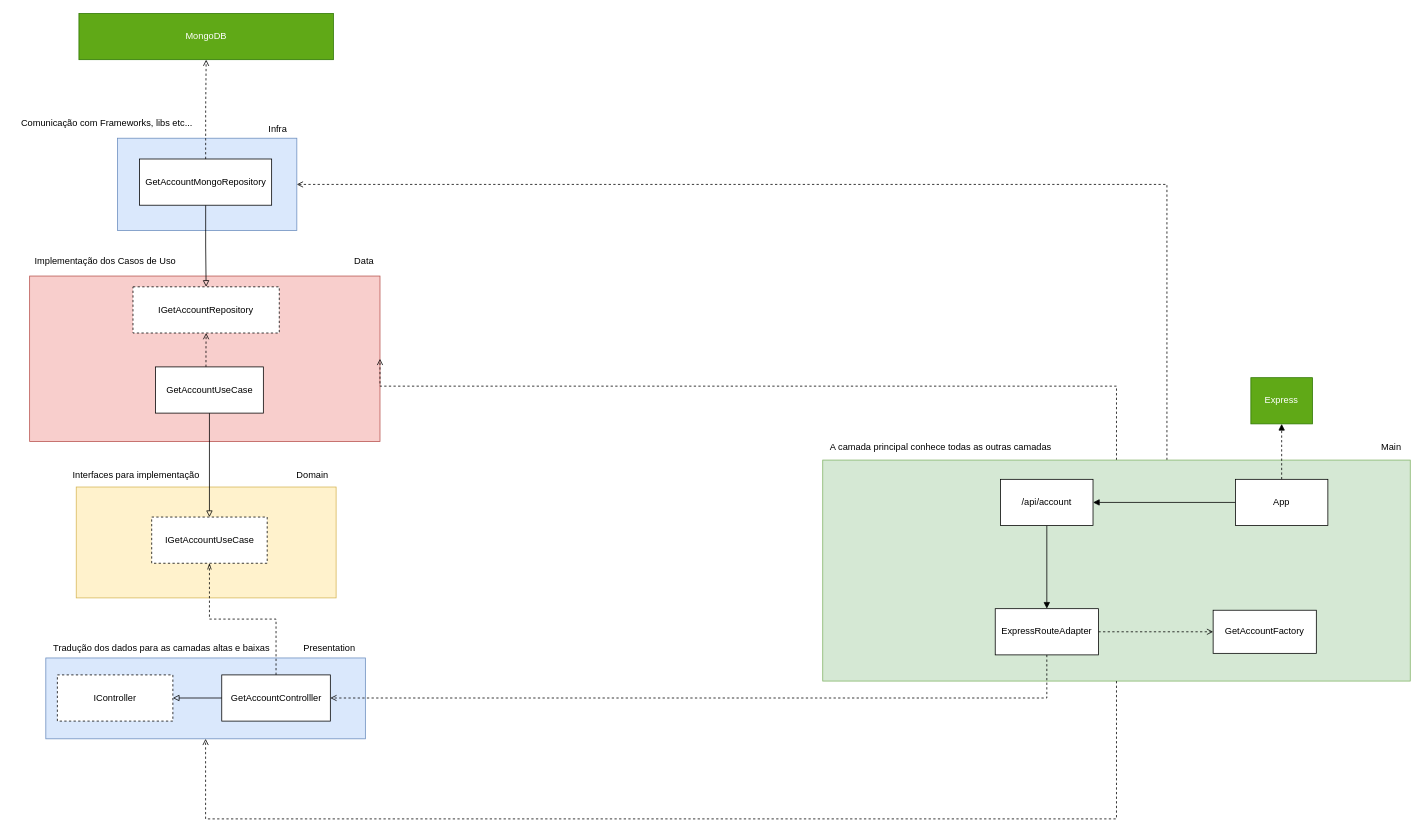
vitinruas/_retroarcadestore-api keeps this draw.io diagram as page "GetClient" (4 of 19) of documentation/diagrams/architecture.drawio. Above is the earlier version. Source tidied: cells renumbered, new cells numbered last; positions are measured from the earlier drawing's top-left corner, leaving out a move shared by most shapes. Both pictures are drawn from the tidied source at 77%, with x=0, y=0 at pixel (13, 13).
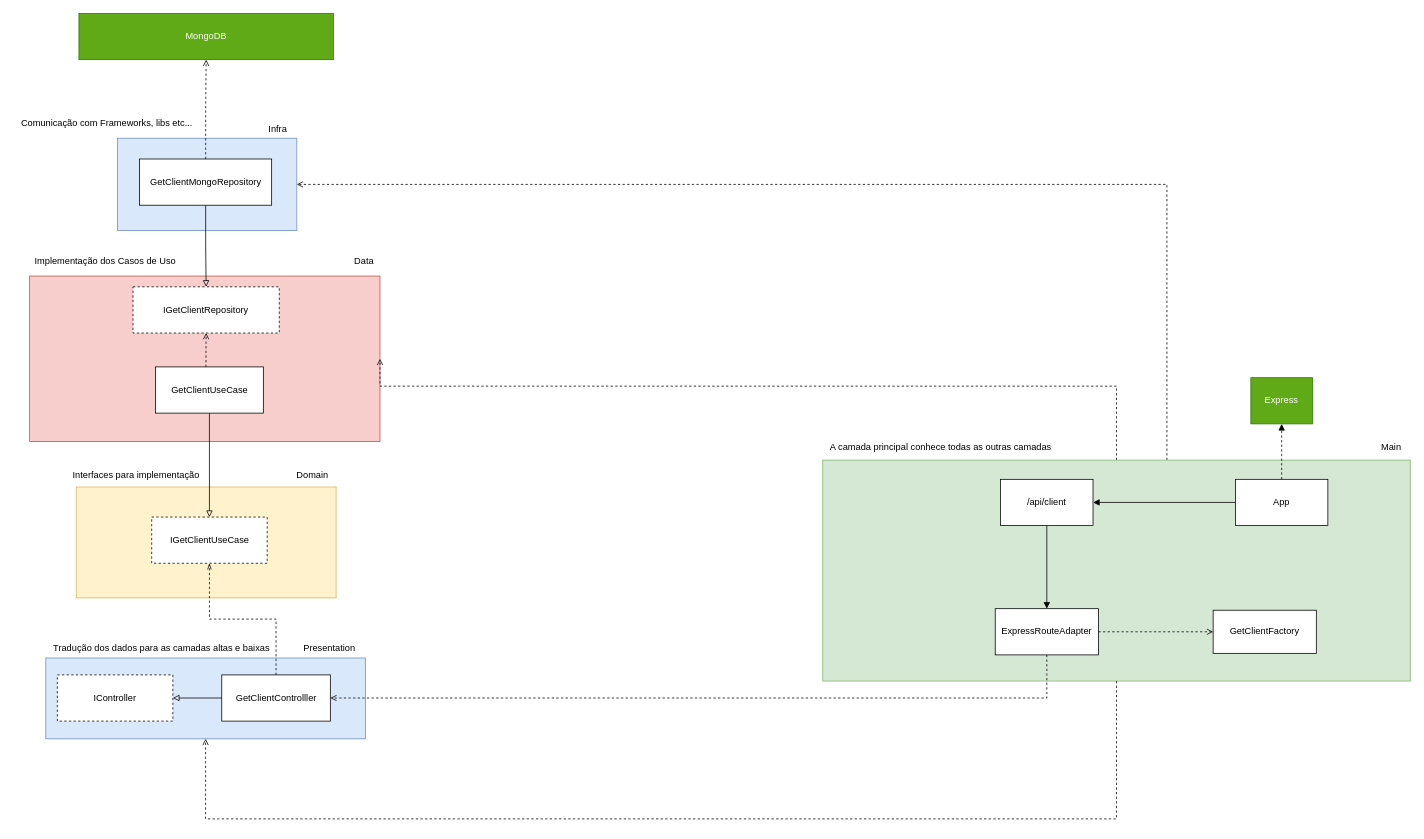
The same diagram, later.

Commit message:
docs: update class diagram

Change to the diagram source:
```diff
@@
-    <mxCell id="7" value="GetAccountUseCase" style="rounded=0;whiteSpace=wrap;html=1;" parent="1" vertex="1">
+    <mxCell id="7" value="GetClientUseCase" style="rounded=0;whiteSpace=wrap;html=1;" parent="1" vertex="1">
       <mxGeometry x="184.5" y="459" width="140" height="60" as="geometry" />
     </mxCell>
@@
-    <mxCell id="11" value="IGetAccountUseCase" style="rounded=0;whiteSpace=wrap;html=1;dashed=1;" parent="1" vertex="1">
+    <mxCell id="11" value="IGetClientUseCase" style="rounded=0;whiteSpace=wrap;html=1;dashed=1;" parent="1" vertex="1">
       <mxGeometry x="179.5" y="654" width="150" height="60" as="geometry" />
     </mxCell>
@@
-    <mxCell id="15" value="GetAccountControlller" style="rounded=0;whiteSpace=wrap;html=1;" parent="1" vertex="1">
+    <mxCell id="15" value="GetClientControlller" style="rounded=0;whiteSpace=wrap;html=1;" parent="1" vertex="1">
       <mxGeometry x="270.5" y="859" width="141" height="60" as="geometry" />
     </mxCell>
@@
-    <mxCell id="25" value="/api/account" style="rounded=0;whiteSpace=wrap;html=1;" parent="1" vertex="1">
+    <mxCell id="25" value="/api/client" style="rounded=0;whiteSpace=wrap;html=1;" parent="1" vertex="1">
       <mxGeometry x="1282" y="605" width="120" height="60" as="geometry" />
     </mxCell>
@@
-    <mxCell id="30" value="GetAccountFactory" style="rounded=0;whiteSpace=wrap;html=1;" parent="1" vertex="1">
+    <mxCell id="30" value="GetClientFactory" style="rounded=0;whiteSpace=wrap;html=1;" parent="1" vertex="1">
       <mxGeometry x="1558" y="775" width="134" height="56" as="geometry" />
     </mxCell>
@@
-    <mxCell id="39" value="IGetAccountRepository" style="rounded=0;whiteSpace=wrap;html=1;dashed=1;" parent="1" vertex="1">
+    <mxCell id="39" value="IGetClientRepository" style="rounded=0;whiteSpace=wrap;html=1;dashed=1;" parent="1" vertex="1">
       <mxGeometry x="155.2" y="355" width="190" height="60" as="geometry" />
     </mxCell>
@@
-    <mxCell id="42" value="&lt;font style=&quot;font-size: 12px;&quot;&gt;GetAccountMongoRepository&lt;/font&gt;" style="rounded=0;whiteSpace=wrap;html=1;" parent="1" vertex="1">
+    <mxCell id="42" value="&lt;font style=&quot;font-size: 12px&quot;&gt;GetClientMongoRepository&lt;/font&gt;" style="rounded=0;whiteSpace=wrap;html=1;" parent="1" vertex="1">
       <mxGeometry x="163.8" y="189" width="171.5" height="60" as="geometry" />
     </mxCell>
```
